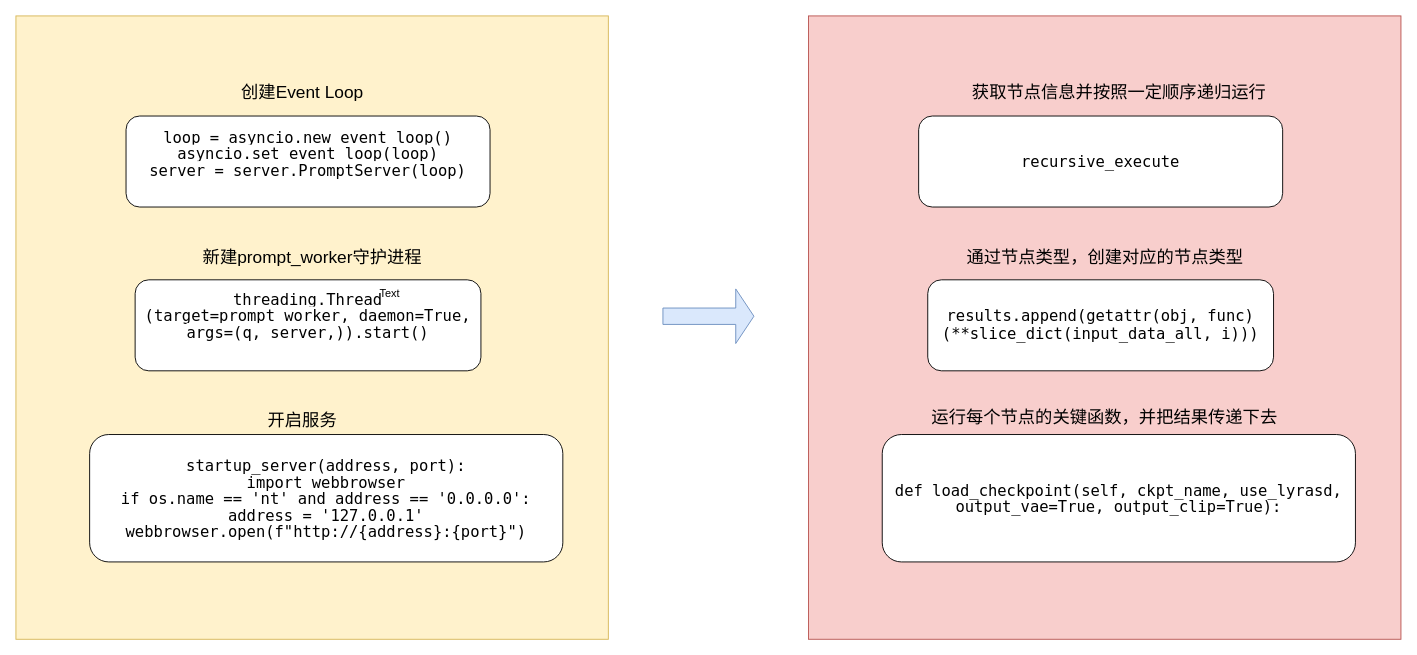
The draw.io diagram comfyUI.drawio in SkylarShuang/learnSM, before the edit. Source tidied: cells renumbered, new cells numbered last; positions are measured from the earlier drawing's top-left corner, leaving out a move shared by most shapes. Both pictures are drawn from the tidied source at 91%, with x=0, y=0 at pixel (15, 15).
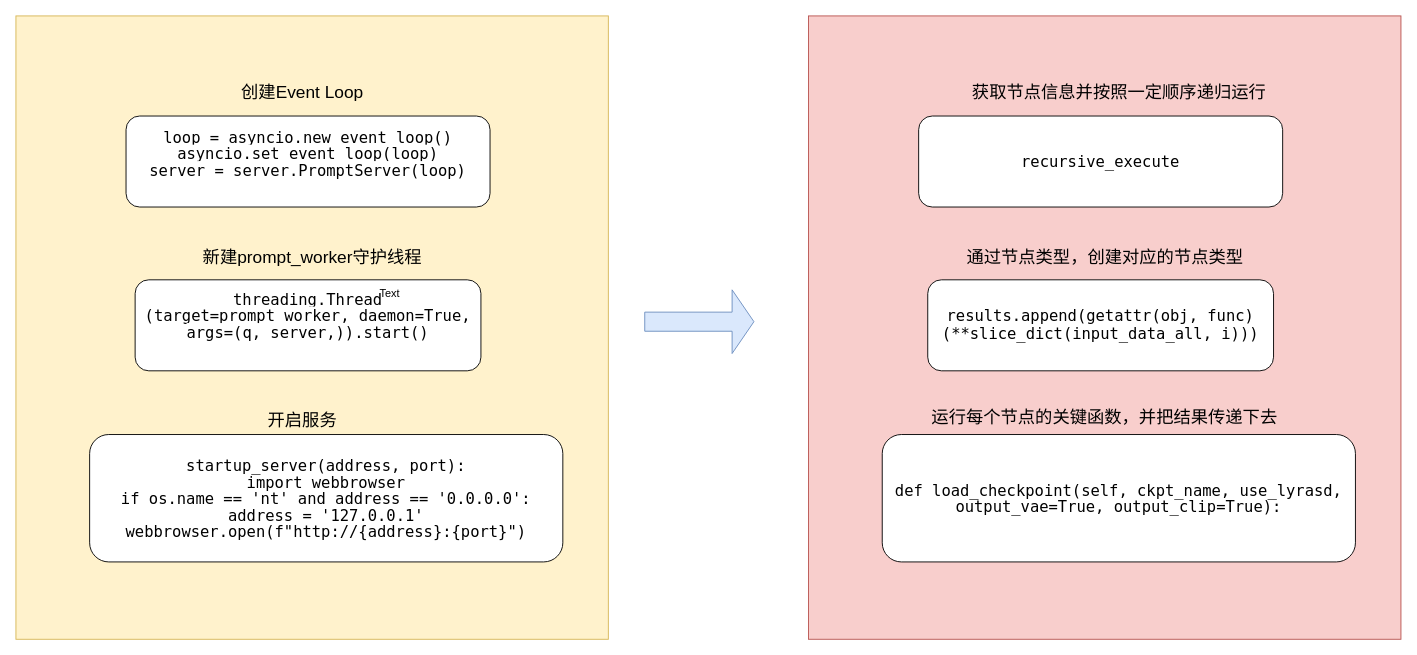
The same diagram, later.

What changed in the source:
```diff
@@
 <mxGraphModel>
   <root>
     <mxCell id="0" />
     <mxCell id="1" parent="0" />
     <mxCell id="2" style="rounded=0;whiteSpace=wrap;html=1;fillColor=#fff2cc;strokeColor=#d6b656;" parent="1" vertex="1">
       <mxGeometry width="651" height="685" as="geometry" />
     </mxCell>
     <mxCell id="3" value="&lt;font style=&quot;font-size: 17px;&quot;&gt;&lt;div style=&quot;&quot;&gt;&lt;div style=&quot;font-family: Menlo, Monaco, &amp;quot;Courier New&amp;quot;, monospace; line-height: 18px;&quot;&gt;&lt;div style=&quot;&quot;&gt;&lt;span style=&quot;background-color: rgb(255, 255, 255);&quot;&gt;    threading.Thread&lt;/span&gt;&lt;/div&gt;&lt;div style=&quot;&quot;&gt;&lt;span style=&quot;background-color: rgb(255, 255, 255);&quot;&gt;(target=prompt_worker, daemon=True, args=(q, server,)).start()&lt;/span&gt;&lt;/div&gt;&lt;/div&gt;&lt;/div&gt;&lt;br&gt;&lt;/font&gt;" style="rounded=1;whiteSpace=wrap;html=1;fontSize=12;glass=0;strokeWidth=1;shadow=0;" parent="1" vertex="1">
       <mxGeometry x="131" y="290" width="380" height="100" as="geometry" />
     </mxCell>
     <mxCell id="4" value="&lt;div style=&quot;font-family: Menlo, Monaco, &amp;quot;Courier New&amp;quot;, monospace; line-height: 18px; font-size: 17px;&quot;&gt;&lt;div style=&quot;&quot;&gt;&lt;span style=&quot;background-color: rgb(255, 255, 255);&quot;&gt;    loop = asyncio.new_event_loop()&lt;/span&gt;&lt;/div&gt;&lt;div style=&quot;&quot;&gt;    &lt;span style=&quot;background-color: rgb(255, 255, 255);&quot;&gt;asyncio.set_event_loop(loop)&lt;/span&gt;&lt;/div&gt;&lt;div style=&quot;&quot;&gt;    &lt;span style=&quot;background-color: rgb(255, 255, 255);&quot;&gt;server = server.PromptServer(loop)&lt;/span&gt;&lt;/div&gt;&lt;div style=&quot;&quot;&gt;&lt;span style=&quot;background-color: rgb(255, 255, 255);&quot;&gt;&lt;br&gt;&lt;/span&gt;&lt;/div&gt;&lt;/div&gt;" style="rounded=1;whiteSpace=wrap;html=1;fontSize=12;glass=0;strokeWidth=1;shadow=0;" parent="1" vertex="1">
       <mxGeometry x="121" y="110" width="400" height="100" as="geometry" />
     </mxCell>
     <mxCell id="5" value="&lt;font style=&quot;font-size: 17px; background-color: rgb(255, 255, 255);&quot;&gt;&lt;div style=&quot;&quot;&gt;&lt;div style=&quot;font-family: Menlo, Monaco, &amp;quot;Courier New&amp;quot;, monospace; line-height: 18px;&quot;&gt;&lt;div style=&quot;&quot;&gt;&lt;/div&gt;&lt;/div&gt;&lt;/div&gt;&lt;div style=&quot;font-family: Menlo, Monaco, &amp;quot;Courier New&amp;quot;, monospace; line-height: 18px;&quot;&gt;&lt;div style=&quot;&quot;&gt;startup_server(address, port):&lt;/div&gt;&lt;div style=&quot;&quot;&gt;            import webbrowser&lt;/div&gt;&lt;div style=&quot;&quot;&gt;            if os.name == 'nt' and address == '0.0.0.0':&lt;/div&gt;&lt;div style=&quot;&quot;&gt;                address = '127.0.0.1'&lt;/div&gt;&lt;div style=&quot;&quot;&gt;            webbrowser.open(f&quot;http://{address}:{port}&quot;)&lt;/div&gt;&lt;/div&gt;&lt;/font&gt;" style="rounded=1;whiteSpace=wrap;html=1;fontSize=12;glass=0;strokeWidth=1;shadow=0;" parent="1" vertex="1">
       <mxGeometry x="81" y="460" width="520" height="140" as="geometry" />
     </mxCell>
     <mxCell id="6" value="Text" style="text;html=1;strokeColor=none;fillColor=none;align=center;verticalAlign=middle;whiteSpace=wrap;rounded=0;" parent="1" vertex="1">
       <mxGeometry x="381" y="290" width="60" height="30" as="geometry" />
     </mxCell>
     <mxCell id="7" value="&lt;font style=&quot;font-size: 19px;&quot;&gt;创建Event Loop&lt;/font&gt;" style="text;html=1;strokeColor=none;fillColor=none;align=center;verticalAlign=middle;whiteSpace=wrap;rounded=0;" parent="1" vertex="1">
       <mxGeometry x="235" y="50" width="160" height="70" as="geometry" />
     </mxCell>
-    <mxCell id="8" value="&lt;span style=&quot;font-size: 19px;&quot;&gt;新建prompt_worker守护进程&lt;/span&gt;" style="text;html=1;strokeColor=none;fillColor=none;align=center;verticalAlign=middle;whiteSpace=wrap;rounded=0;" parent="1" vertex="1">
+    <mxCell id="8" value="&lt;span style=&quot;font-size: 19px;&quot;&gt;新建prompt_worker守护线程&lt;/span&gt;" style="text;html=1;strokeColor=none;fillColor=none;align=center;verticalAlign=middle;whiteSpace=wrap;rounded=0;" parent="1" vertex="1">
       <mxGeometry x="202.5" y="231" width="246" height="70" as="geometry" />
     </mxCell>
     <mxCell id="9" value="&lt;span style=&quot;font-size: 19px;&quot;&gt;开启服务&lt;/span&gt;" style="text;html=1;strokeColor=none;fillColor=none;align=center;verticalAlign=middle;whiteSpace=wrap;rounded=0;" parent="1" vertex="1">
       <mxGeometry x="235" y="410" width="160" height="70" as="geometry" />
     </mxCell>
     <mxCell id="10" style="rounded=0;whiteSpace=wrap;html=1;fillColor=#f8cecc;strokeColor=#b85450;" parent="1" vertex="1">
       <mxGeometry x="871" width="651" height="685" as="geometry" />
     </mxCell>
     <mxCell id="11" value="&lt;font style=&quot;&quot;&gt;&lt;div style=&quot;&quot;&gt;&lt;div style=&quot;font-family: Menlo, Monaco, &amp;quot;Courier New&amp;quot;, monospace; line-height: 18px;&quot;&gt;&lt;div style=&quot;&quot;&gt;&lt;span style=&quot;background-color: rgb(255, 255, 255); font-size: 17px;&quot;&gt;results.append(getattr(obj, func)(**slice_dict(input_data_all, i)))&lt;/span&gt;&lt;br&gt;&lt;/div&gt;&lt;/div&gt;&lt;/div&gt;&lt;/font&gt;" style="rounded=1;whiteSpace=wrap;html=1;fontSize=12;glass=0;strokeWidth=1;shadow=0;" parent="1" vertex="1">
       <mxGeometry x="1002" y="290" width="380" height="100" as="geometry" />
     </mxCell>
     <mxCell id="12" value="&lt;div style=&quot;font-family: Menlo, Monaco, &amp;quot;Courier New&amp;quot;, monospace; line-height: 18px; font-size: 17px;&quot;&gt;&lt;div style=&quot;&quot;&gt;&lt;div style=&quot;line-height: 18px;&quot;&gt;recursive_execute&lt;/div&gt;&lt;/div&gt;&lt;/div&gt;" style="rounded=1;whiteSpace=wrap;html=1;fontSize=12;glass=0;strokeWidth=1;shadow=0;" parent="1" vertex="1">
       <mxGeometry x="992" y="110" width="400" height="100" as="geometry" />
     </mxCell>
     <mxCell id="13" value="&lt;font style=&quot;font-size: 17px; background-color: rgb(255, 255, 255);&quot;&gt;&lt;div style=&quot;&quot;&gt;&lt;div style=&quot;font-family: Menlo, Monaco, &amp;quot;Courier New&amp;quot;, monospace; line-height: 18px;&quot;&gt;&lt;div style=&quot;&quot;&gt;&lt;/div&gt;&lt;/div&gt;&lt;/div&gt;&lt;div style=&quot;font-family: Menlo, Monaco, &amp;quot;Courier New&amp;quot;, monospace; line-height: 18px;&quot;&gt;&lt;div style=&quot;&quot;&gt;&lt;div style=&quot;line-height: 18px;&quot;&gt;&lt;div style=&quot;&quot;&gt;    def load_checkpoint(self, ckpt_name, use_lyrasd, output_vae=True, output_clip=True):&lt;/div&gt;&lt;/div&gt;&lt;/div&gt;&lt;/div&gt;&lt;/font&gt;" style="rounded=1;whiteSpace=wrap;html=1;fontSize=12;glass=0;strokeWidth=1;shadow=0;" parent="1" vertex="1">
       <mxGeometry x="952" y="460" width="520" height="140" as="geometry" />
     </mxCell>
     <mxCell id="14" value="&lt;span style=&quot;font-size: 19px;&quot;&gt;获取节点信息并按照一定顺序递归运行&lt;br&gt;&lt;/span&gt;" style="text;html=1;strokeColor=none;fillColor=none;align=center;verticalAlign=middle;whiteSpace=wrap;rounded=0;" parent="1" vertex="1">
       <mxGeometry x="1014.5" y="50" width="395" height="70" as="geometry" />
     </mxCell>
     <mxCell id="15" value="&lt;span style=&quot;font-size: 19px;&quot;&gt;通过节点类型，创建对应的节点类型&lt;/span&gt;" style="text;html=1;strokeColor=none;fillColor=none;align=center;verticalAlign=middle;whiteSpace=wrap;rounded=0;" parent="1" vertex="1">
       <mxGeometry x="1022.8" y="231" width="347.5" height="70" as="geometry" />
     </mxCell>
     <mxCell id="16" value="&lt;span style=&quot;font-size: 19px;&quot;&gt;运行每个节点的关键函数，并把结果传递下去&lt;/span&gt;" style="text;html=1;strokeColor=none;fillColor=none;align=center;verticalAlign=middle;whiteSpace=wrap;rounded=0;" parent="1" vertex="1">
       <mxGeometry x="1004" y="407" width="385" height="70" as="geometry" />
     </mxCell>
     <mxCell id="17" style="shape=singleArrow;whiteSpace=wrap;html=1;fillColor=#dae8fc;strokeColor=#6c8ebf;" parent="1" vertex="1">
-      <mxGeometry x="711" y="300" width="100" height="60" as="geometry" />
+      <mxGeometry x="691" y="301" width="120" height="70" as="geometry" />
     </mxCell>
   </root>
 </mxGraphModel>
```
